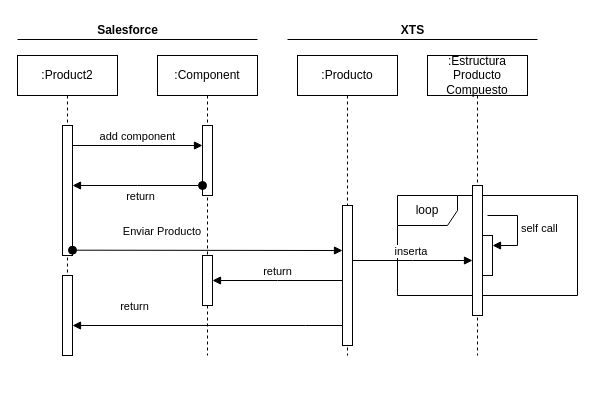
Before: Componentes.drawio in TecladoZurdo/UML, a draw.io diagram. Source tidied: cells renumbered, new cells numbered last; positions are measured from the earlier drawing's top-left corner, leaving out a move shared by most shapes. Both pictures are drawn from the tidied source at 100%, with x=0, y=0 at pixel (17, 17).
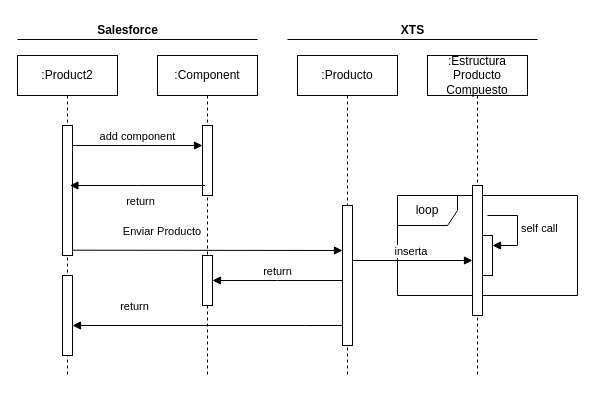
The same page after the edit.

Unchanged cells that the change refers to:
```xml
<mxCell id="3" style="html=1;points=[];perimeter=orthogonalPerimeter;outlineConnect=0;targetShapes=umlLifeline;portConstraint=eastwest;newEdgeStyle={&quot;edgeStyle&quot;:&quot;elbowEdgeStyle&quot;,&quot;elbow&quot;:&quot;vertical&quot;,&quot;curved&quot;:0,&quot;rounded&quot;:0};" parent="2" vertex="1">
  <mxGeometry x="45" y="70" width="10" height="130" as="geometry" />
</mxCell>
```

Change to the diagram source:
```diff
@@
     <mxCell id="2" value=":Product2" style="shape=umlLifeline;perimeter=lifelinePerimeter;whiteSpace=wrap;html=1;newEdgeStyle={&quot;edgeStyle&quot;:&quot;elbowEdgeStyle&quot;,&quot;elbow&quot;:&quot;vertical&quot;,&quot;curved&quot;:0,&quot;rounded&quot;:0};" parent="1" vertex="1">
-      <mxGeometry y="38" width="100" height="300" as="geometry" />
+      <mxGeometry y="38" width="100" height="320" as="geometry" />
     </mxCell>
@@
     <mxCell id="5" value=":Producto" style="shape=umlLifeline;perimeter=lifelinePerimeter;whiteSpace=wrap;html=1;newEdgeStyle={&quot;edgeStyle&quot;:&quot;elbowEdgeStyle&quot;,&quot;elbow&quot;:&quot;vertical&quot;,&quot;curved&quot;:0,&quot;rounded&quot;:0};" parent="1" vertex="1">
-      <mxGeometry x="280" y="38" width="100" height="300" as="geometry" />
+      <mxGeometry x="280" y="38" width="100" height="320" as="geometry" />
     </mxCell>
@@
     <mxCell id="7" value=":Component" style="shape=umlLifeline;perimeter=lifelinePerimeter;whiteSpace=wrap;html=1;newEdgeStyle={&quot;edgeStyle&quot;:&quot;elbowEdgeStyle&quot;,&quot;elbow&quot;:&quot;vertical&quot;,&quot;curved&quot;:0,&quot;rounded&quot;:0};" parent="1" vertex="1">
-      <mxGeometry x="140" y="38" width="100" height="300" as="geometry" />
+      <mxGeometry x="140" y="38" width="100" height="320" as="geometry" />
     </mxCell>
@@
-    <mxCell id="11" value="return" style="html=1;verticalAlign=bottom;startArrow=oval;startFill=1;endArrow=block;startSize=8;edgeStyle=elbowEdgeStyle;elbow=vertical;curved=0;rounded=0;" parent="1" edge="1" target="3">
-      <mxGeometry x="-0.04" y="20" relative="1" as="geometry">
-        <mxPoint x="185" y="168" as="sourcePoint" />
-      </mxGeometry>
-    </mxCell>
-    <mxCell id="12" value="Enviar Producto&amp;nbsp;" style="html=1;verticalAlign=bottom;startArrow=oval;startFill=1;endArrow=block;startSize=8;edgeStyle=elbowEdgeStyle;elbow=vertical;curved=0;rounded=0;" parent="1" edge="1">
+    <mxCell id="12" value="Enviar Producto&amp;nbsp;" style="html=1;verticalAlign=bottom;startArrow=none;startFill=0;endArrow=block;startSize=8;edgeStyle=elbowEdgeStyle;elbow=vertical;curved=0;rounded=0;" parent="1" edge="1">
       <mxGeometry x="-0.33" y="10" relative="1" as="geometry">
         <mxPoint x="55" y="232.7" as="sourcePoint" />
         <mxPoint x="325" y="232.9" as="targetPoint" />
       </mxGeometry>
     </mxCell>
@@
     <mxCell id="14" value=":Estructura Producto Compuesto" style="shape=umlLifeline;perimeter=lifelinePerimeter;whiteSpace=wrap;html=1;newEdgeStyle={&quot;edgeStyle&quot;:&quot;elbowEdgeStyle&quot;,&quot;elbow&quot;:&quot;vertical&quot;,&quot;curved&quot;:0,&quot;rounded&quot;:0};" parent="1" vertex="1">
-      <mxGeometry x="410" y="38" width="100" height="300" as="geometry" />
+      <mxGeometry x="410" y="38" width="100" height="320" as="geometry" />
     </mxCell>
@@
+    <mxCell id="11" value="return" style="html=1;verticalAlign=bottom;endArrow=block;edgeStyle=elbowEdgeStyle;elbow=vertical;curved=0;rounded=0;" parent="1" edge="1">
+      <mxGeometry x="-0.04" y="25" relative="1" as="geometry">
+        <mxPoint x="187.6" y="168" as="sourcePoint" />
+        <mxPoint x="52.4" y="168" as="targetPoint" />
+      </mxGeometry>
+    </mxCell>
```
